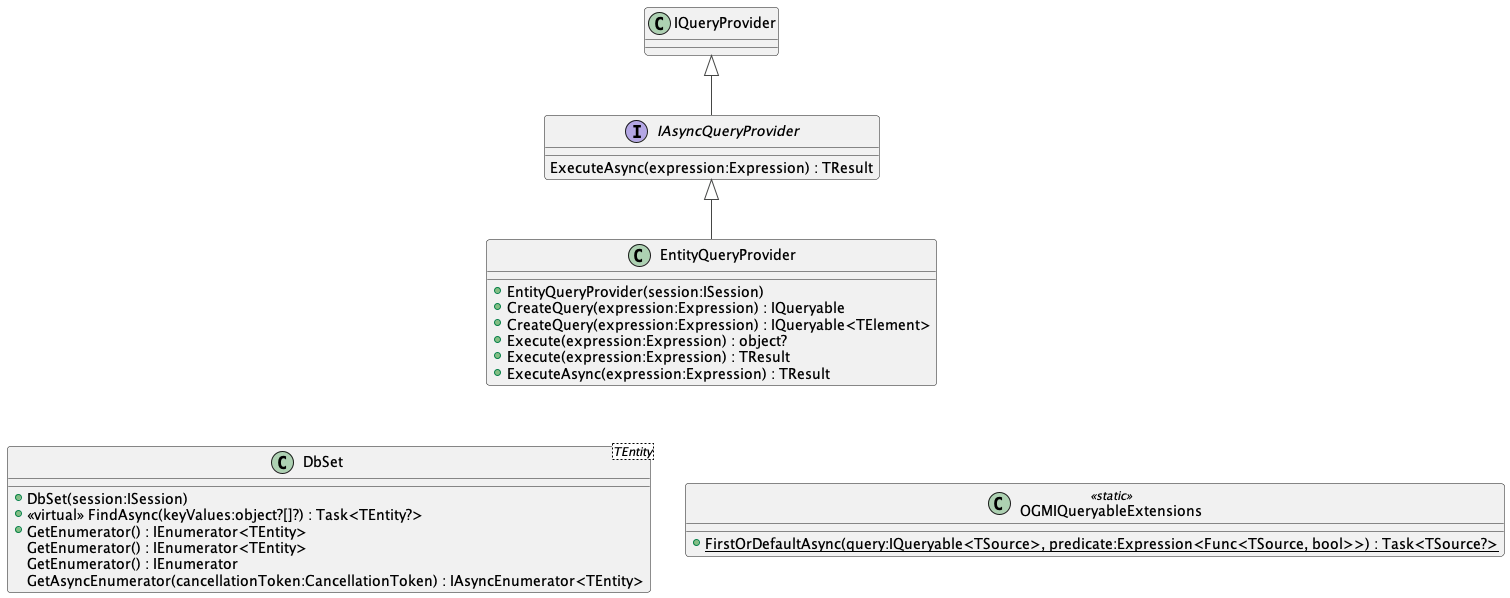
Before: content/QueryProvider.png, a diagram exported from PlantUML (TomStary/masters-thesis). The source it was exported from:
```plantuml
@startuml QueryProvider
!theme vibrant

interface IAsyncQueryProvider {
    ExecuteAsync(expression:Expression) : TResult
}
IQueryProvider <|-- IAsyncQueryProvider

class EntityQueryProvider {
    + EntityQueryProvider(session:ISession)
    + CreateQuery(expression:Expression) : IQueryable
    + CreateQuery(expression:Expression) : IQueryable<TElement>
    + Execute(expression:Expression) : object?
    + Execute(expression:Expression) : TResult
    + ExecuteAsync(expression:Expression) : TResult
}
IAsyncQueryProvider <|-- EntityQueryProvider

class "DbSet"<TEntity> {
    + DbSet(session:ISession)
    + <<virtual>> FindAsync(keyValues:object?[]?) : Task<TEntity?>
    + GetEnumerator() : IEnumerator<TEntity>
    GetEnumerator() : IEnumerator<TEntity>
    GetEnumerator() : IEnumerator
    GetAsyncEnumerator(cancellationToken:CancellationToken) : IAsyncEnumerator<TEntity>
}

class OGMIQueryableExtensions <<static>> {
    + {static} FirstOrDefaultAsync(query:IQueryable<TSource>, predicate:Expression<Func<TSource, bool>>) : Task<TSource?>
}

EntityQueryProvider -[hidden]-> OGMIQueryableExtensions
EntityQueryProvider -[hidden]-> DbSet

@enduml
```
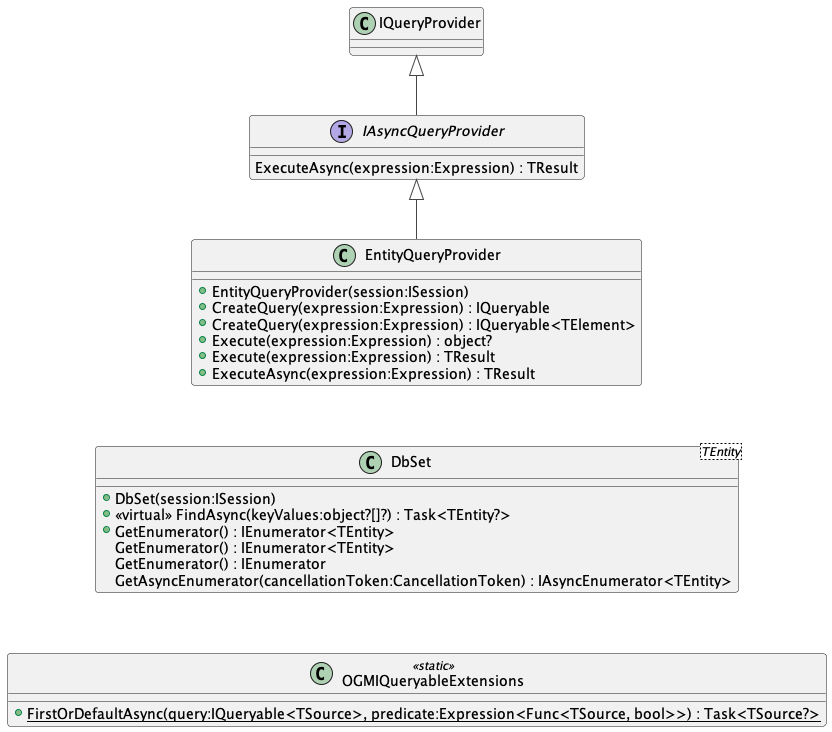
After the commit.

Diff of the diagram source:
```diff
@@ -29,7 +29,7 @@
     + {static} FirstOrDefaultAsync(query:IQueryable<TSource>, predicate:Expression<Func<TSource, bool>>) : Task<TSource?>
 }
 
-EntityQueryProvider -[hidden]-> OGMIQueryableExtensions
+DbSet -[hidden]-> OGMIQueryableExtensions
 EntityQueryProvider -[hidden]-> DbSet
 
 @enduml
```
